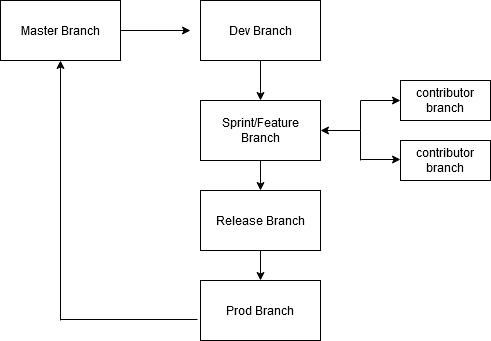
The draw.io diagram riweb-branching.png in rockimmortal/riweb, before a commit. Source tidied: cells renumbered, new cells last; positions are measured from the earlier drawing's top-left corner, leaving out a move shared by most shapes.
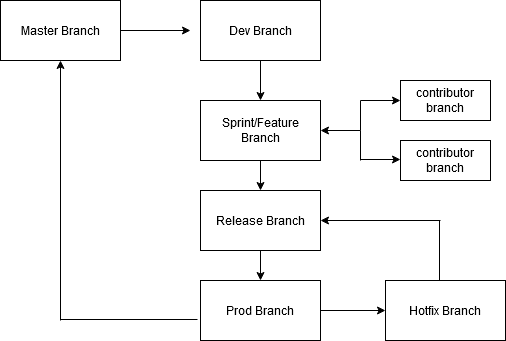
Later version of the same file.

Diff of the diagram source:
```diff
@@ -22,6 +22,9 @@
     <mxCell id="7" value="Release Branch" style="rounded=0;whiteSpace=wrap;html=1;" parent="1" vertex="1">
       <mxGeometry x="200" y="190" width="120" height="60" as="geometry" />
     </mxCell>
+    <mxCell id="20" style="edgeStyle=orthogonalEdgeStyle;rounded=0;jettySize=auto;html=1;entryX=0;entryY=0.5;entryDx=0;entryDy=0;" parent="1" edge="1" source="8" target="21">
+      <mxGeometry relative="1" as="geometry" />
+    </mxCell>
     <mxCell id="8" value="Prod Branch" style="rounded=0;whiteSpace=wrap;html=1;" parent="1" vertex="1">
       <mxGeometry x="200" y="280" width="120" height="60" as="geometry" />
     </mxCell>
@@ -76,5 +79,18 @@
     <mxCell id="19" style="endArrow=classic;html=1;exitX=0.5;exitY=1;exitDx=0;exitDy=0;" parent="1" edge="1" source="7" target="8">
       <mxGeometry relative="1" as="geometry" />
     </mxCell>
+    <mxCell id="21" value="Hotfix Branch" style="rounded=0;whiteSpace=wrap;html=1;" parent="1" vertex="1">
+      <mxGeometry x="385" y="280" width="120" height="60" as="geometry" />
+    </mxCell>
+    <mxCell id="22" style="endArrow=none;html=1;exitX=0.45;exitY=0;exitDx=0;exitDy=0;exitPerimeter=0;" parent="1" edge="1" source="21">
+      <mxGeometry relative="1" as="geometry">
+        <mxPoint x="439" y="220" as="targetPoint" />
+      </mxGeometry>
+    </mxCell>
+    <mxCell id="23" style="endArrow=classic;html=1;entryX=1;entryY=0.5;entryDx=0;entryDy=0;" parent="1" edge="1" target="7">
+      <mxGeometry relative="1" as="geometry">
+        <mxPoint x="440" y="220" as="sourcePoint" />
+      </mxGeometry>
+    </mxCell>
   </root>
 </mxGraphModel>
```
